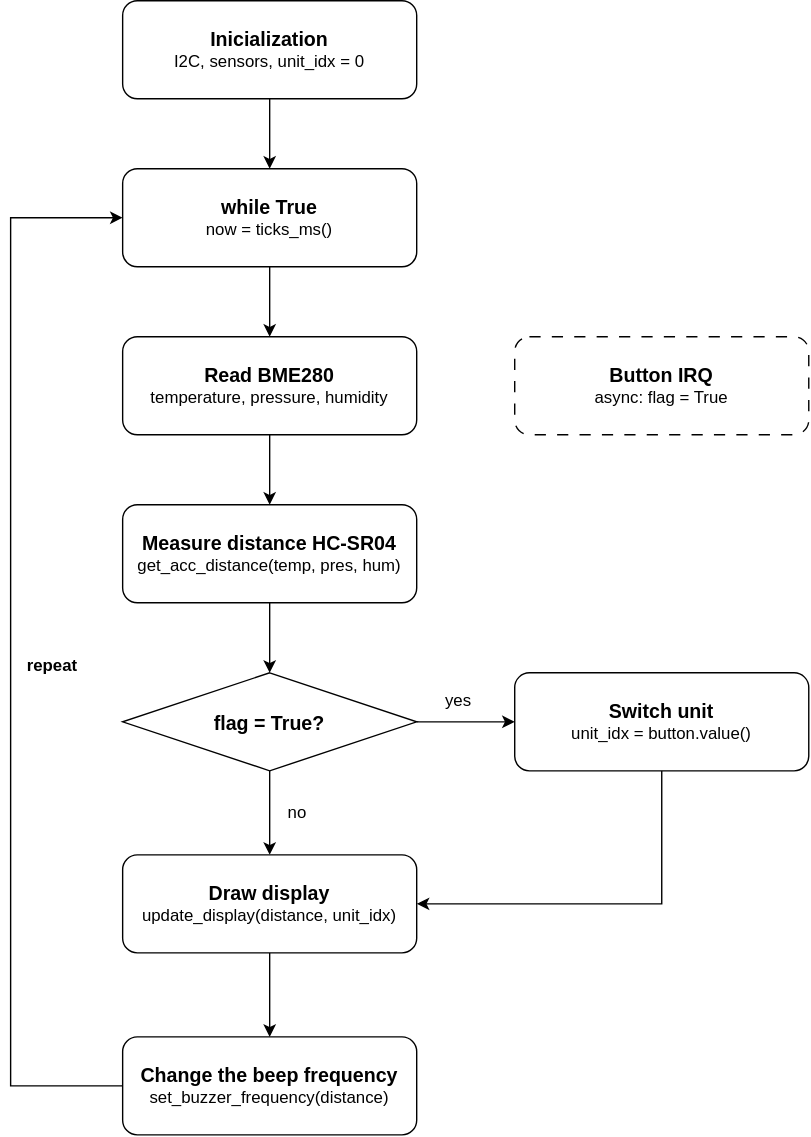
Earlier version of the draw.io export images/main-program-flowchart-v1.0.svg (dave-xxx/Ultrasonic-distance-instrument). Source tidied: cells renumbered, new cells last; positions are measured from the earlier drawing's top-left corner, leaving out a move shared by most shapes.
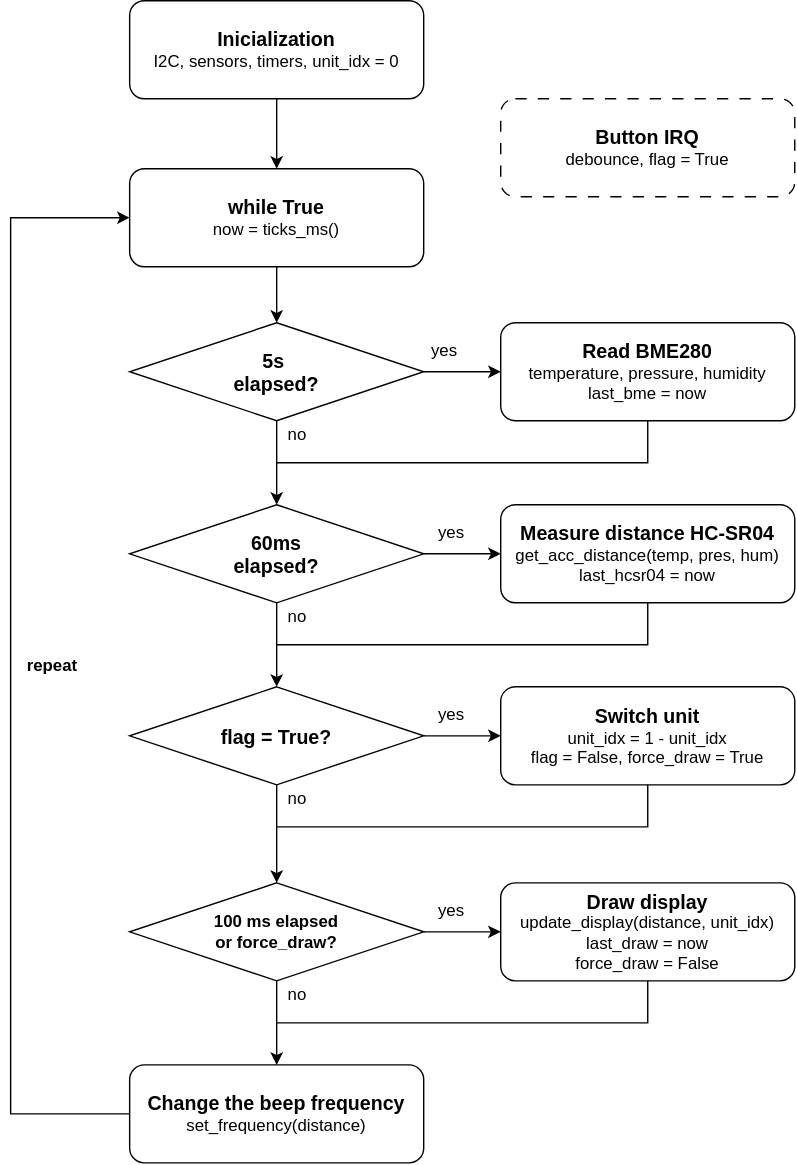
The same file after the commit.

The edit, as a diff of the source:
```diff
@@ -5,70 +5,141 @@
     <mxCell id="2" style="edgeStyle=orthogonalEdgeStyle;curved=1;rounded=0;curveGeometry=1;jettySize=auto;html=1;exitX=0.5;exitY=1;exitDx=0;exitDy=0;entryX=0.5;entryY=0;entryDx=0;entryDy=0;defaultLabelBackgroundColor=page;elbow=vertical;" parent="1" edge="1" source="3" target="5">
       <mxGeometry relative="1" as="geometry" />
     </mxCell>
-    <mxCell id="3" value="&lt;font style=&quot;font-size: 14px;&quot;&gt;&lt;b&gt;Inicialization&lt;/b&gt;&lt;/font&gt;&lt;div&gt;I2C, sensors, unit_idx = 0&lt;/div&gt;" style="rounded=1;whiteSpace=wrap;html=1;roundedPerimeter=1;fillStyle=solid;fillColor=light-dark(#FFFFFF,#3E3E3E);" parent="1" vertex="1">
-      <mxGeometry x="80" width="210" height="70" as="geometry" />
+    <mxCell id="3" value="&lt;font style=&quot;font-size: 14px;&quot;&gt;&lt;b&gt;Inicialization&lt;/b&gt;&lt;/font&gt;&lt;div&gt;I2C, sensors, timers, unit_idx = 0&lt;/div&gt;" style="rounded=1;whiteSpace=wrap;html=1;roundedPerimeter=1;fillStyle=solid;fillColor=light-dark(#FFFFFF,#4D4D4D);" parent="1" vertex="1">
+      <mxGeometry x="85" width="210" height="70" as="geometry" />
     </mxCell>
-    <mxCell id="4" style="edgeStyle=orthogonalEdgeStyle;curved=1;rounded=0;curveGeometry=1;jettySize=auto;html=1;exitX=0.5;exitY=1;exitDx=0;exitDy=0;entryX=0.5;entryY=0;entryDx=0;entryDy=0;defaultLabelBackgroundColor=page;elbow=vertical;" parent="1" edge="1" source="5" target="7">
+    <mxCell id="4" style="edgeStyle=orthogonalEdgeStyle;curved=1;rounded=0;curveGeometry=1;jettySize=auto;html=1;exitX=0.5;exitY=1;exitDx=0;exitDy=0;entryX=0.5;entryY=0;entryDx=0;entryDy=0;defaultLabelBackgroundColor=page;labelPadding=0 4;elbow=vertical;" parent="1" edge="1" source="5" target="23">
       <mxGeometry relative="1" as="geometry" />
     </mxCell>
-    <mxCell id="5" value="&lt;font style=&quot;font-size: 14px;&quot;&gt;&lt;b&gt;while True&lt;/b&gt;&lt;/font&gt;&lt;div&gt;now = ticks_ms()&lt;/div&gt;" style="rounded=1;whiteSpace=wrap;html=1;roundedPerimeter=1;fillStyle=solid;fillColor=light-dark(#FFFFFF,#3E3E3E);" parent="1" vertex="1">
-      <mxGeometry x="80" y="120" width="210" height="70" as="geometry" />
+    <mxCell id="5" value="&lt;font style=&quot;font-size: 14px;&quot;&gt;&lt;b&gt;while True&lt;/b&gt;&lt;/font&gt;&lt;div&gt;now = ticks_ms()&lt;/div&gt;" style="rounded=1;whiteSpace=wrap;html=1;roundedPerimeter=1;fillStyle=solid;fillColor=light-dark(#FFFFFF,#4D4D4D);" parent="1" vertex="1">
+      <mxGeometry x="85" y="120" width="210" height="70" as="geometry" />
     </mxCell>
-    <mxCell id="6" style="edgeStyle=orthogonalEdgeStyle;curved=1;rounded=0;curveGeometry=1;jettySize=auto;html=1;exitX=0.5;exitY=1;exitDx=0;exitDy=0;entryX=0.5;entryY=0;entryDx=0;entryDy=0;defaultLabelBackgroundColor=page;elbow=vertical;" parent="1" edge="1" source="7" target="9">
-      <mxGeometry relative="1" as="geometry" />
+    <mxCell id="6" style="edgeStyle=orthogonalEdgeStyle;curved=0;rounded=0;jettySize=auto;html=1;exitX=0.5;exitY=1;exitDx=0;exitDy=0;defaultLabelBackgroundColor=page;labelPadding=0 4;elbow=vertical;endArrow=none;endFill=0;" parent="1" edge="1" source="7">
+      <mxGeometry x="-0.14" relative="1" as="geometry">
+        <mxPoint x="190" y="330" as="targetPoint" />
+        <Array as="points">
+          <mxPoint x="455" y="330" />
+          <mxPoint x="190" y="330" />
+        </Array>
+      </mxGeometry>
     </mxCell>
-    <mxCell id="7" value="&lt;span style=&quot;font-size: 14px;&quot;&gt;&lt;b&gt;Read BME280&lt;/b&gt;&lt;/span&gt;&lt;br&gt;&lt;div&gt;temperature, pressure, humidity&lt;/div&gt;" style="rounded=1;whiteSpace=wrap;html=1;roundedPerimeter=1;fillStyle=solid;fillColor=light-dark(#FFFFFF,#006633);" parent="1" vertex="1">
-      <mxGeometry x="80" y="240" width="210" height="70" as="geometry" />
+    <mxCell id="7" value="&lt;span style=&quot;font-size: 14px;&quot;&gt;&lt;b&gt;Read BME280&lt;/b&gt;&lt;/span&gt;&lt;br&gt;&lt;div&gt;temperature, pressure, humidity&lt;/div&gt;&lt;div&gt;last_bme = now&lt;/div&gt;" style="rounded=1;whiteSpace=wrap;html=1;roundedPerimeter=1;fillStyle=solid;fillColor=light-dark(#FFFFFF,#006633);" parent="1" vertex="1">
+      <mxGeometry x="350" y="230" width="210" height="70" as="geometry" />
     </mxCell>
-    <mxCell id="8" style="edgeStyle=orthogonalEdgeStyle;curved=1;rounded=0;curveGeometry=1;jettySize=auto;html=1;exitX=0.5;exitY=1;exitDx=0;exitDy=0;entryX=0.5;entryY=0;entryDx=0;entryDy=0;defaultLabelBackgroundColor=page;elbow=vertical;" parent="1" edge="1" source="9" target="12">
-      <mxGeometry relative="1" as="geometry" />
+    <mxCell id="8" style="edgeStyle=orthogonalEdgeStyle;curved=0;rounded=0;jettySize=auto;html=1;exitX=0.5;exitY=1;exitDx=0;exitDy=0;defaultLabelBackgroundColor=page;labelPadding=0 4;elbow=vertical;endArrow=none;endFill=0;" parent="1" edge="1" source="9">
+      <mxGeometry relative="1" as="geometry">
+        <mxPoint x="190" y="460" as="targetPoint" />
+        <Array as="points">
+          <mxPoint x="455" y="460" />
+          <mxPoint x="190" y="460" />
+        </Array>
+      </mxGeometry>
     </mxCell>
-    <mxCell id="9" value="&lt;span style=&quot;font-size: 14px;&quot;&gt;&lt;b&gt;Measure distance HC-SR04&lt;/b&gt;&lt;/span&gt;&lt;br&gt;&lt;div&gt;get_acc_distance(temp, pres, hum)&lt;/div&gt;" style="rounded=1;whiteSpace=wrap;html=1;roundedPerimeter=1;fillStyle=solid;fillColor=light-dark(#FFFFFF,#006633);" parent="1" vertex="1">
-      <mxGeometry x="80" y="360" width="210" height="70" as="geometry" />
+    <mxCell id="9" value="&lt;span style=&quot;font-size: 14px;&quot;&gt;&lt;b&gt;Measure distance HC-SR04&lt;/b&gt;&lt;/span&gt;&lt;br&gt;&lt;div&gt;get_acc_distance(temp, pres, hum)&lt;/div&gt;&lt;div&gt;last_hcsr04 = now&lt;/div&gt;" style="rounded=1;whiteSpace=wrap;html=1;roundedPerimeter=1;fillStyle=solid;fillColor=light-dark(#FFFFFF,#006633);" parent="1" vertex="1">
+      <mxGeometry x="350" y="360" width="210" height="70" as="geometry" />
     </mxCell>
     <mxCell id="10" style="edgeStyle=orthogonalEdgeStyle;curved=1;rounded=0;curveGeometry=1;jettySize=auto;html=1;exitX=1;exitY=0.5;exitDx=0;exitDy=0;entryX=0;entryY=0.5;entryDx=0;entryDy=0;defaultLabelBackgroundColor=page;elbow=vertical;" parent="1" edge="1" source="12" target="14">
       <mxGeometry relative="1" as="geometry" />
     </mxCell>
-    <mxCell id="11" style="edgeStyle=orthogonalEdgeStyle;curved=1;rounded=0;curveGeometry=1;jettySize=auto;html=1;exitX=0.5;exitY=1;exitDx=0;exitDy=0;entryX=0.5;entryY=0;entryDx=0;entryDy=0;defaultLabelBackgroundColor=page;elbow=vertical;" parent="1" edge="1" source="12" target="16">
+    <mxCell id="11" style="edgeStyle=orthogonalEdgeStyle;curved=1;rounded=0;curveGeometry=1;jettySize=auto;html=1;exitX=0.5;exitY=1;exitDx=0;exitDy=0;entryX=0.5;entryY=0;entryDx=0;entryDy=0;defaultLabelBackgroundColor=page;labelPadding=0 4;elbow=vertical;" parent="1" edge="1" source="12" target="34">
       <mxGeometry relative="1" as="geometry" />
     </mxCell>
     <mxCell id="12" value="flag = True?" style="rhombus;whiteSpace=wrap;html=1;shapeInside=1;fillStyle=solid;fillColor=light-dark(#FFFFFF,#000099);fontSize=14;fontStyle=1;" parent="1" vertex="1">
-      <mxGeometry x="80" y="480" width="210" height="70" as="geometry" />
+      <mxGeometry x="85" y="490" width="210" height="70" as="geometry" />
     </mxCell>
-    <mxCell id="13" style="edgeStyle=orthogonalEdgeStyle;curved=0;rounded=0;jettySize=auto;html=1;exitX=0.5;exitY=1;exitDx=0;exitDy=0;entryX=1;entryY=0.5;entryDx=0;entryDy=0;defaultLabelBackgroundColor=page;elbow=vertical;" parent="1" edge="1" source="14" target="16">
-      <mxGeometry relative="1" as="geometry" />
+    <mxCell id="13" style="edgeStyle=orthogonalEdgeStyle;curved=0;rounded=0;jettySize=auto;html=1;exitX=0.5;exitY=1;exitDx=0;exitDy=0;defaultLabelBackgroundColor=page;labelPadding=0 4;elbow=vertical;endArrow=none;endFill=0;" parent="1" edge="1" source="14">
+      <mxGeometry x="0.04" relative="1" as="geometry">
+        <mxPoint x="190" y="590" as="targetPoint" />
+        <Array as="points">
+          <mxPoint x="455" y="590" />
+          <mxPoint x="190" y="590" />
+        </Array>
+      </mxGeometry>
     </mxCell>
-    <mxCell id="14" value="&lt;span style=&quot;font-size: 14px;&quot;&gt;&lt;b&gt;Switch unit&lt;/b&gt;&lt;/span&gt;&lt;br&gt;&lt;div&gt;unit_idx = button.value()&lt;/div&gt;" style="rounded=1;whiteSpace=wrap;html=1;roundedPerimeter=1;fillStyle=solid;fillColor=light-dark(#FFFFFF,#000099);" parent="1" vertex="1">
-      <mxGeometry x="360" y="480" width="210" height="70" as="geometry" />
+    <mxCell id="14" value="&lt;span style=&quot;font-size: 14px;&quot;&gt;&lt;b&gt;Switch unit&lt;/b&gt;&lt;/span&gt;&lt;br&gt;&lt;div&gt;unit_idx = 1 - unit_idx&lt;/div&gt;&lt;div&gt;flag = False, force_draw = True&lt;/div&gt;" style="rounded=1;whiteSpace=wrap;html=1;roundedPerimeter=1;fillStyle=solid;fillColor=light-dark(#FFFFFF,#000099);" parent="1" vertex="1">
+      <mxGeometry x="350" y="490" width="210" height="70" as="geometry" />
     </mxCell>
-    <mxCell id="15" style="edgeStyle=orthogonalEdgeStyle;curved=1;rounded=0;curveGeometry=1;jettySize=auto;html=1;exitX=0.5;exitY=1;exitDx=0;exitDy=0;entryX=0.5;entryY=0;entryDx=0;entryDy=0;defaultLabelBackgroundColor=page;elbow=vertical;" parent="1" edge="1" source="16" target="18">
-      <mxGeometry relative="1" as="geometry" />
+    <mxCell id="15" style="edgeStyle=orthogonalEdgeStyle;curved=0;rounded=0;jettySize=auto;html=1;exitX=0.5;exitY=1;exitDx=0;exitDy=0;defaultLabelBackgroundColor=page;labelPadding=0 4;elbow=vertical;endArrow=none;endFill=0;" parent="1" edge="1" source="16">
+      <mxGeometry x="-0.03" relative="1" as="geometry">
+        <mxPoint x="190" y="730" as="targetPoint" />
+        <Array as="points">
+          <mxPoint x="455" y="730" />
+        </Array>
+      </mxGeometry>
     </mxCell>
-    <mxCell id="16" value="&lt;span style=&quot;font-size: 14px;&quot;&gt;&lt;b&gt;Draw display&lt;/b&gt;&lt;/span&gt;&lt;br&gt;&lt;div&gt;update_display(distance, unit_idx)&lt;/div&gt;" style="rounded=1;whiteSpace=wrap;html=1;roundedPerimeter=1;fillStyle=solid;fillColor=light-dark(#FFFFFF,#006633);" parent="1" vertex="1">
-      <mxGeometry x="80" y="610" width="210" height="70" as="geometry" />
+    <mxCell id="16" value="&lt;span style=&quot;font-size: 14px;&quot;&gt;&lt;b&gt;Draw display&lt;/b&gt;&lt;/span&gt;&lt;br&gt;&lt;div&gt;update_display(distance, unit_idx)&lt;/div&gt;&lt;div&gt;last_draw = now&lt;/div&gt;&lt;div&gt;force_draw = False&lt;/div&gt;" style="rounded=1;whiteSpace=wrap;html=1;roundedPerimeter=1;fillStyle=solid;fillColor=light-dark(#FFFFFF,#006633);" parent="1" vertex="1">
+      <mxGeometry x="350" y="630" width="210" height="70" as="geometry" />
     </mxCell>
     <mxCell id="17" style="edgeStyle=orthogonalEdgeStyle;curved=0;rounded=0;jettySize=auto;html=1;exitX=0;exitY=0.5;exitDx=0;exitDy=0;entryX=0;entryY=0.5;entryDx=0;entryDy=0;defaultLabelBackgroundColor=page;elbow=vertical;" parent="1" edge="1" source="18" target="5">
-      <mxGeometry relative="1" as="geometry">
+      <mxGeometry x="-0.2" relative="1" as="geometry">
         <Array as="points">
-          <mxPoint y="775" />
+          <mxPoint y="795" />
           <mxPoint y="155" />
         </Array>
       </mxGeometry>
     </mxCell>
-    <mxCell id="18" value="&lt;span style=&quot;font-size: 14px;&quot;&gt;&lt;b&gt;Change the beep frequency&lt;/b&gt;&lt;/span&gt;&lt;br&gt;&lt;div&gt;set_buzzer_frequency(distance)&lt;/div&gt;" style="rounded=1;whiteSpace=wrap;html=1;roundedPerimeter=1;fillStyle=solid;fillColor=light-dark(#FFFFFF,#006633);" parent="1" vertex="1">
-      <mxGeometry x="80" y="740" width="210" height="70" as="geometry" />
+    <mxCell id="18" value="&lt;span style=&quot;font-size: 14px;&quot;&gt;&lt;b&gt;Change the beep frequency&lt;/b&gt;&lt;/span&gt;&lt;br&gt;&lt;div&gt;set_frequency(distance)&lt;/div&gt;" style="rounded=1;whiteSpace=wrap;html=1;roundedPerimeter=1;fillStyle=solid;fillColor=light-dark(#FFFFFF,#006633);" parent="1" vertex="1">
+      <mxGeometry x="85" y="760" width="210" height="70" as="geometry" />
     </mxCell>
     <mxCell id="19" value="&lt;b&gt;repeat&lt;/b&gt;" style="text;html=1;whiteSpace=wrap;strokeColor=none;fillColor=none;align=center;verticalAlign=middle;rounded=0;" parent="1" vertex="1">
       <mxGeometry y="460" width="60" height="30" as="geometry" />
     </mxCell>
-    <mxCell id="20" value="&lt;span style=&quot;font-size: 14px;&quot;&gt;&lt;b&gt;Button IRQ&lt;/b&gt;&lt;/span&gt;&lt;br&gt;&lt;div&gt;async: flag = True&lt;/div&gt;" style="rounded=1;whiteSpace=wrap;html=1;roundedPerimeter=1;fillStyle=solid;fillColor=light-dark(#FFFFFF,#000099);dashed=1;dashPattern=8 8;" parent="1" vertex="1">
-      <mxGeometry x="360" y="240" width="210" height="70" as="geometry" />
+    <mxCell id="20" value="&lt;span style=&quot;font-size: 14px;&quot;&gt;&lt;b&gt;Button IRQ&lt;/b&gt;&lt;/span&gt;&lt;br&gt;&lt;div&gt;debounce, flag = True&lt;/div&gt;" style="rounded=1;whiteSpace=wrap;html=1;roundedPerimeter=1;fillStyle=solid;fillColor=light-dark(#FFFFFF,#000099);dashed=1;dashPattern=8 8;" parent="1" vertex="1">
+      <mxGeometry x="350" y="70" width="210" height="70" as="geometry" />
     </mxCell>
-    <mxCell id="21" value="yes" style="text;html=1;whiteSpace=wrap;strokeColor=none;fillColor=none;align=center;verticalAlign=middle;rounded=0;" parent="1" vertex="1">
-      <mxGeometry x="290" y="490" width="60" height="20" as="geometry" />
+    <mxCell id="21" style="edgeStyle=orthogonalEdgeStyle;curved=1;rounded=0;curveGeometry=1;jettySize=auto;html=1;exitX=1;exitY=0.5;exitDx=0;exitDy=0;entryX=0;entryY=0.5;entryDx=0;entryDy=0;defaultLabelBackgroundColor=page;labelPadding=0 4;elbow=vertical;" parent="1" edge="1" source="23" target="7">
+      <mxGeometry relative="1" as="geometry" />
     </mxCell>
-    <mxCell id="22" value="no" style="text;html=1;whiteSpace=wrap;strokeColor=none;fillColor=none;align=center;verticalAlign=middle;rounded=0;" parent="1" vertex="1">
-      <mxGeometry x="190" y="570" width="30" height="20" as="geometry" />
+    <mxCell id="22" style="edgeStyle=orthogonalEdgeStyle;curved=1;rounded=0;curveGeometry=1;jettySize=auto;html=1;exitX=0.5;exitY=1;exitDx=0;exitDy=0;entryX=0.5;entryY=0;entryDx=0;entryDy=0;defaultLabelBackgroundColor=page;labelPadding=0 4;elbow=vertical;" parent="1" edge="1" source="23" target="26">
+      <mxGeometry relative="1" as="geometry" />
     </mxCell>
+    <mxCell id="23" value="5s&amp;nbsp;&lt;div&gt;elapsed?&lt;/div&gt;" style="rhombus;whiteSpace=wrap;html=1;shapeInside=1;fillStyle=solid;fillColor=light-dark(#FFFFFF,#4D4D4D);fontSize=14;fontStyle=1;" parent="1" vertex="1">
+      <mxGeometry x="85" y="230" width="210" height="70" as="geometry" />
+    </mxCell>
+    <mxCell id="24" style="edgeStyle=orthogonalEdgeStyle;curved=1;rounded=0;curveGeometry=1;jettySize=auto;html=1;exitX=1;exitY=0.5;exitDx=0;exitDy=0;entryX=0;entryY=0.5;entryDx=0;entryDy=0;defaultLabelBackgroundColor=page;labelPadding=0 4;elbow=vertical;" parent="1" edge="1" source="26" target="9">
+      <mxGeometry relative="1" as="geometry" />
+    </mxCell>
+    <mxCell id="25" style="edgeStyle=orthogonalEdgeStyle;curved=1;rounded=0;curveGeometry=1;jettySize=auto;html=1;exitX=0.5;exitY=1;exitDx=0;exitDy=0;entryX=0.5;entryY=0;entryDx=0;entryDy=0;defaultLabelBackgroundColor=page;labelPadding=0 4;elbow=vertical;" parent="1" edge="1" source="26" target="12">
+      <mxGeometry relative="1" as="geometry" />
+    </mxCell>
+    <mxCell id="26" value="60ms elapsed?" style="rhombus;whiteSpace=wrap;html=1;shapeInside=1;fillStyle=solid;fillColor=light-dark(#FFFFFF,#4D4D4D);fontSize=14;fontStyle=1;" parent="1" vertex="1">
+      <mxGeometry x="85" y="360" width="210" height="70" as="geometry" />
+    </mxCell>
+    <mxCell id="27" value="yes" style="text;html=1;whiteSpace=wrap;strokeColor=none;fillColor=none;align=center;verticalAlign=middle;rounded=0;" parent="1" vertex="1">
+      <mxGeometry x="290" y="240" width="40" height="20" as="geometry" />
+    </mxCell>
+    <mxCell id="28" value="no" style="text;html=1;whiteSpace=wrap;strokeColor=none;fillColor=none;align=center;verticalAlign=middle;rounded=0;" parent="1" vertex="1">
+      <mxGeometry x="190" y="300" width="30" height="20" as="geometry" />
+    </mxCell>
+    <mxCell id="29" value="yes" style="text;html=1;whiteSpace=wrap;strokeColor=none;fillColor=none;align=center;verticalAlign=middle;rounded=0;" parent="1" vertex="1">
+      <mxGeometry x="295" y="370" width="40" height="20" as="geometry" />
+    </mxCell>
+    <mxCell id="30" value="no" style="text;html=1;whiteSpace=wrap;strokeColor=none;fillColor=none;align=center;verticalAlign=middle;rounded=0;" parent="1" vertex="1">
+      <mxGeometry x="190" y="430" width="30" height="20" as="geometry" />
+    </mxCell>
+    <mxCell id="31" value="yes" style="text;html=1;whiteSpace=wrap;strokeColor=none;fillColor=none;align=center;verticalAlign=middle;rounded=0;" parent="1" vertex="1">
+      <mxGeometry x="295" y="500" width="40" height="20" as="geometry" />
+    </mxCell>
+    <mxCell id="32" style="edgeStyle=orthogonalEdgeStyle;curved=1;rounded=0;curveGeometry=1;jettySize=auto;html=1;exitX=0.5;exitY=1;exitDx=0;exitDy=0;entryX=0.5;entryY=0;entryDx=0;entryDy=0;defaultLabelBackgroundColor=page;labelPadding=0 4;elbow=vertical;" parent="1" edge="1" source="34" target="18">
+      <mxGeometry relative="1" as="geometry" />
+    </mxCell>
+    <mxCell id="33" style="edgeStyle=orthogonalEdgeStyle;curved=1;rounded=0;curveGeometry=1;jettySize=auto;html=1;exitX=1;exitY=0.5;exitDx=0;exitDy=0;entryX=0;entryY=0.5;entryDx=0;entryDy=0;defaultLabelBackgroundColor=page;labelPadding=0 4;elbow=vertical;" parent="1" edge="1" source="34" target="16">
+      <mxGeometry relative="1" as="geometry" />
+    </mxCell>
+    <mxCell id="34" style="rhombus;whiteSpace=wrap;html=1;shapeInside=1;fillStyle=solid;fillColor=light-dark(#FFFFFF,#4D4D4D);fontSize=14;fontStyle=1;" parent="1" vertex="1">
+      <mxGeometry x="85" y="630" width="210" height="70" as="geometry" />
+    </mxCell>
+    <mxCell id="35" value="no" style="text;html=1;whiteSpace=wrap;strokeColor=none;fillColor=none;align=center;verticalAlign=middle;rounded=0;" parent="1" vertex="1">
+      <mxGeometry x="190" y="560" width="30" height="20" as="geometry" />
+    </mxCell>
+    <mxCell id="36" value="&lt;b&gt;100 ms elapsed or force_draw?&lt;/b&gt;" style="text;html=1;whiteSpace=wrap;strokeColor=none;fillColor=none;align=center;verticalAlign=middle;rounded=0;" parent="1" vertex="1">
+      <mxGeometry x="140" y="650" width="100" height="30" as="geometry" />
+    </mxCell>
+    <mxCell id="37" value="yes" style="text;html=1;whiteSpace=wrap;strokeColor=none;fillColor=none;align=center;verticalAlign=middle;rounded=0;" parent="1" vertex="1">
+      <mxGeometry x="295" y="640" width="40" height="20" as="geometry" />
+    </mxCell>
+    <mxCell id="38" value="no" style="text;html=1;whiteSpace=wrap;strokeColor=none;fillColor=none;align=center;verticalAlign=middle;rounded=0;" parent="1" vertex="1">
+      <mxGeometry x="190" y="700" width="30" height="20" as="geometry" />
+    </mxCell>
   </root>
 </mxGraphModel>
```
